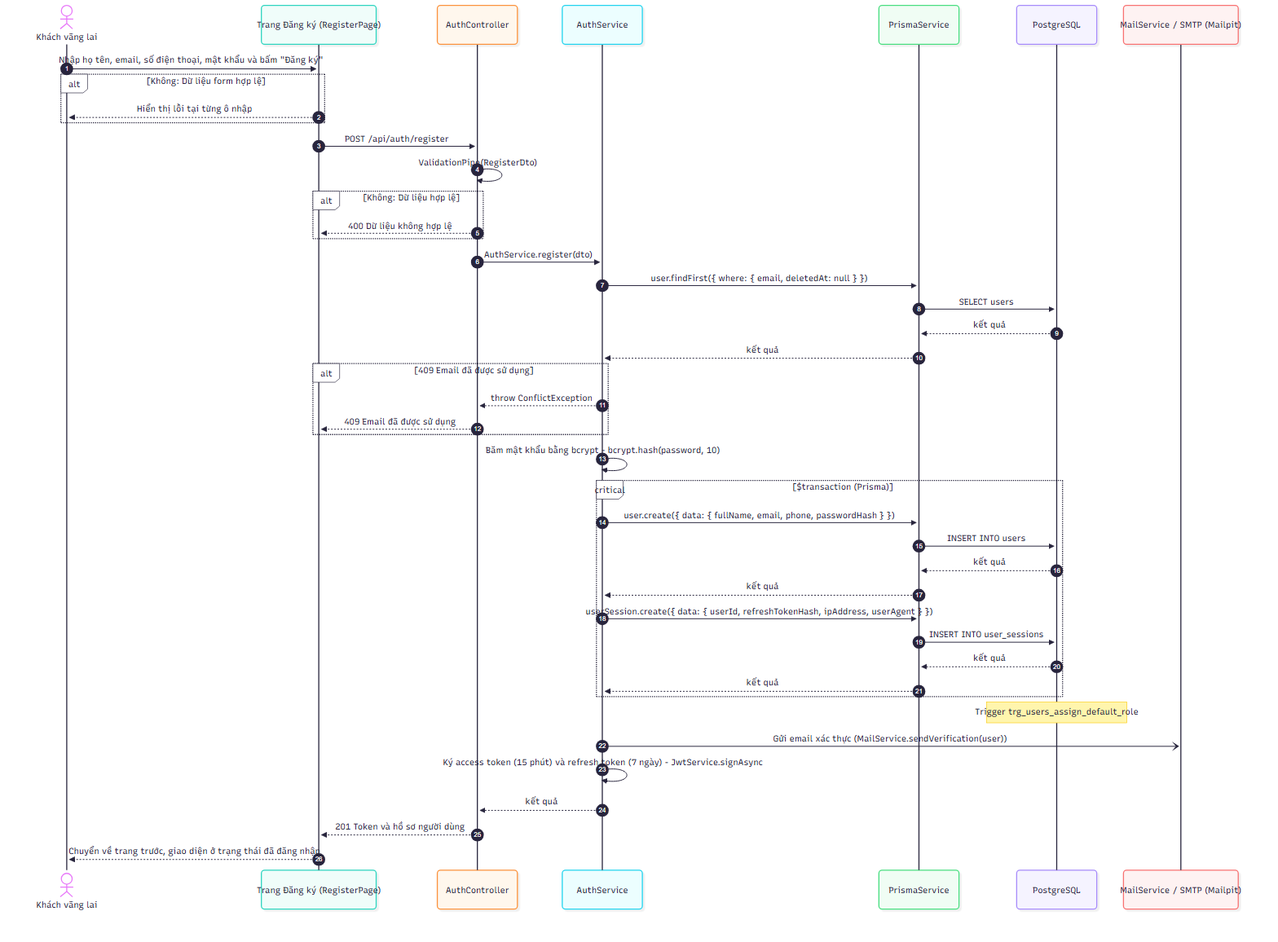
The Mermaid diagram docs/diagrams/png/sequence_UC-AUTH-01_dang-ky-tai-khoan.png in 2431540234-arch/XDUDTMDT, before a commit. Its source is kept beside it as docs/diagrams/src/sequence_UC-AUTH-01_dang-ky-tai-khoan.mmd.
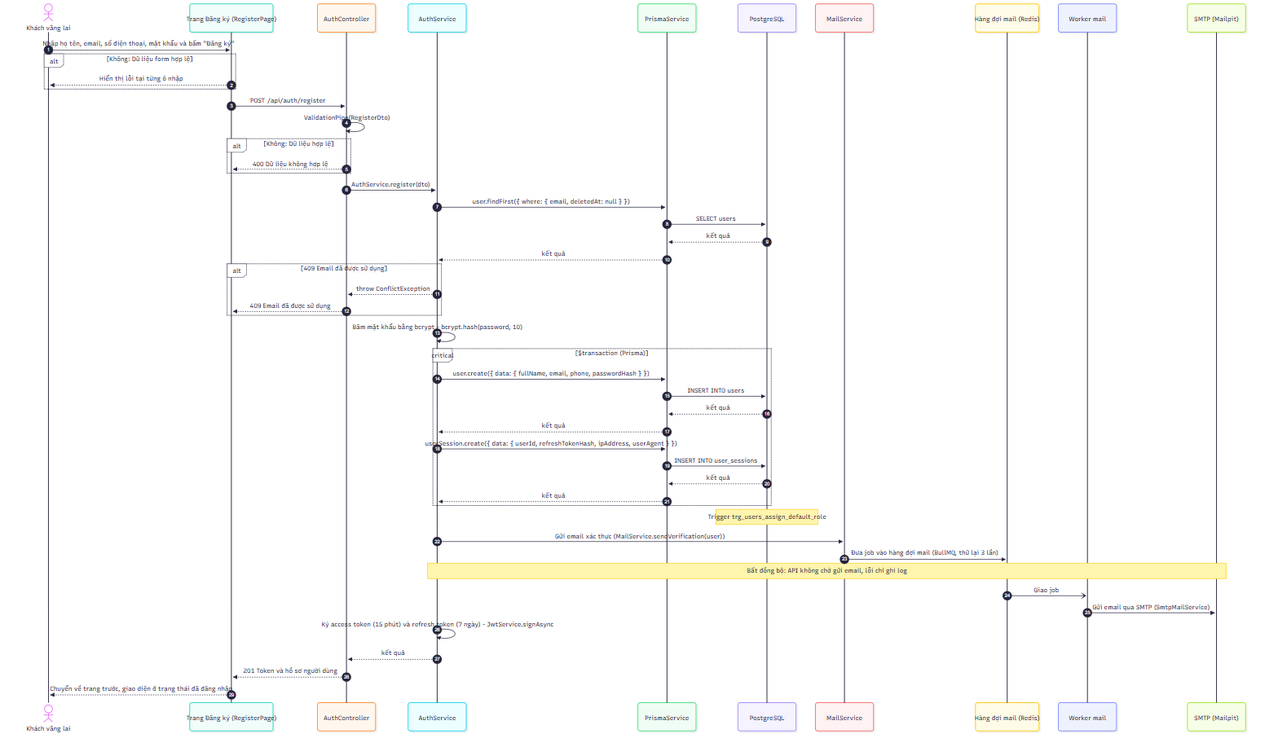
After the change.

The edit, as a diff of the source:
```diff
@@ -6,7 +6,10 @@
     participant S as AuthService
     participant P as PrismaService
     participant D as PostgreSQL
-    participant W as MailService / SMTP (Mailpit)
+    participant M as MailService
+    participant Q as Hàng đợi mail (Redis)
+    participant K as Worker mail
+    participant E as SMTP (Mailpit)
     A->>FE: Nhập họ tên, email, số điện thoại, mật khẩu và bấm "Đăng ký"
     alt Không: Dữ liệu form hợp lệ
         FE-->>A: Hiển thị lỗi tại từng ô nhập
@@ -37,7 +40,11 @@
         P-->>S: kết quả
     end
     Note over D: Trigger trg_users_assign_default_role
-    S-)W: Gửi email xác thực (MailService.sendVerification(user))
+    S->>M: Gửi email xác thực (MailService.sendVerification(user))
+    M->>Q: Đưa job vào hàng đợi mail (BullMQ, thử lại 3 lần)
+    Note over S,E: Bất đồng bộ: API không chờ gửi email, lỗi chỉ ghi log
+    Q-)K: Giao job
+    K->>E: Gửi email qua SMTP (SmtpMailService)
     S->>S: Ký access token (15 phút) và refresh token (7 ngày) - JwtService.signAsync
     S-->>C: kết quả
     C-->>FE: 201 Token và hồ sơ người dùng
```
